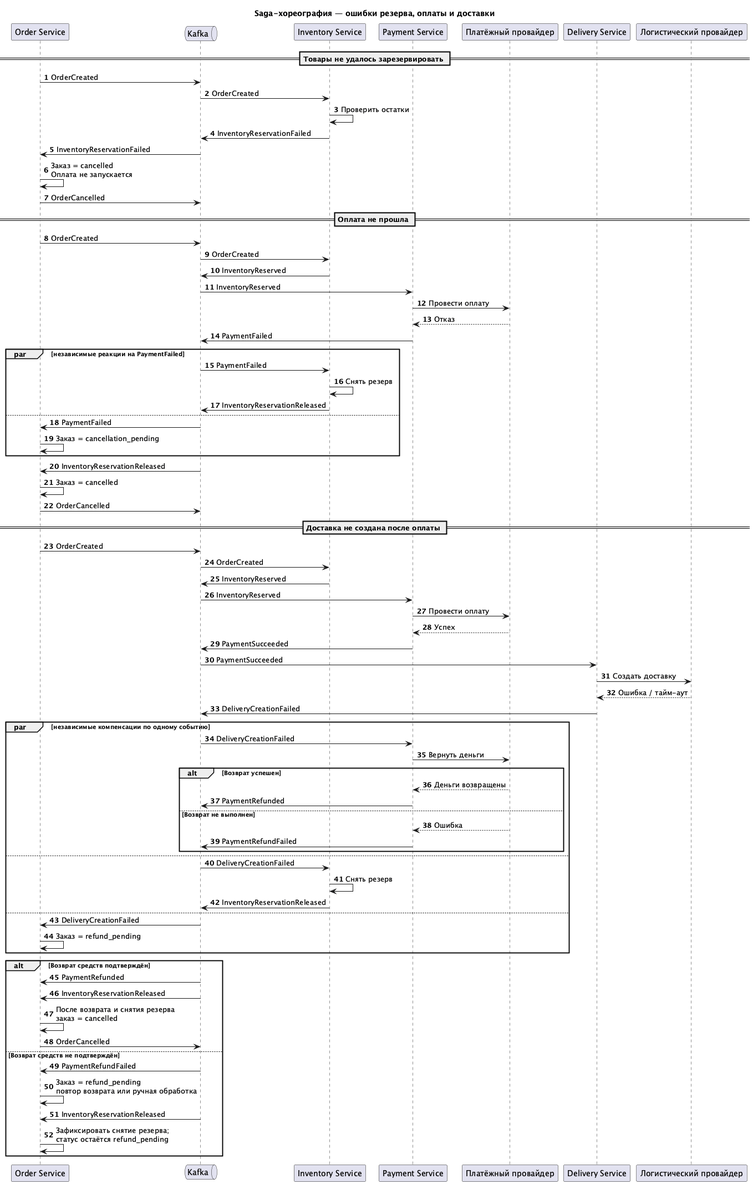
Above: Task1/saga-failures.png in FFinn/MSA-3-NovaMarket-v1 (PlantUML), before the change.
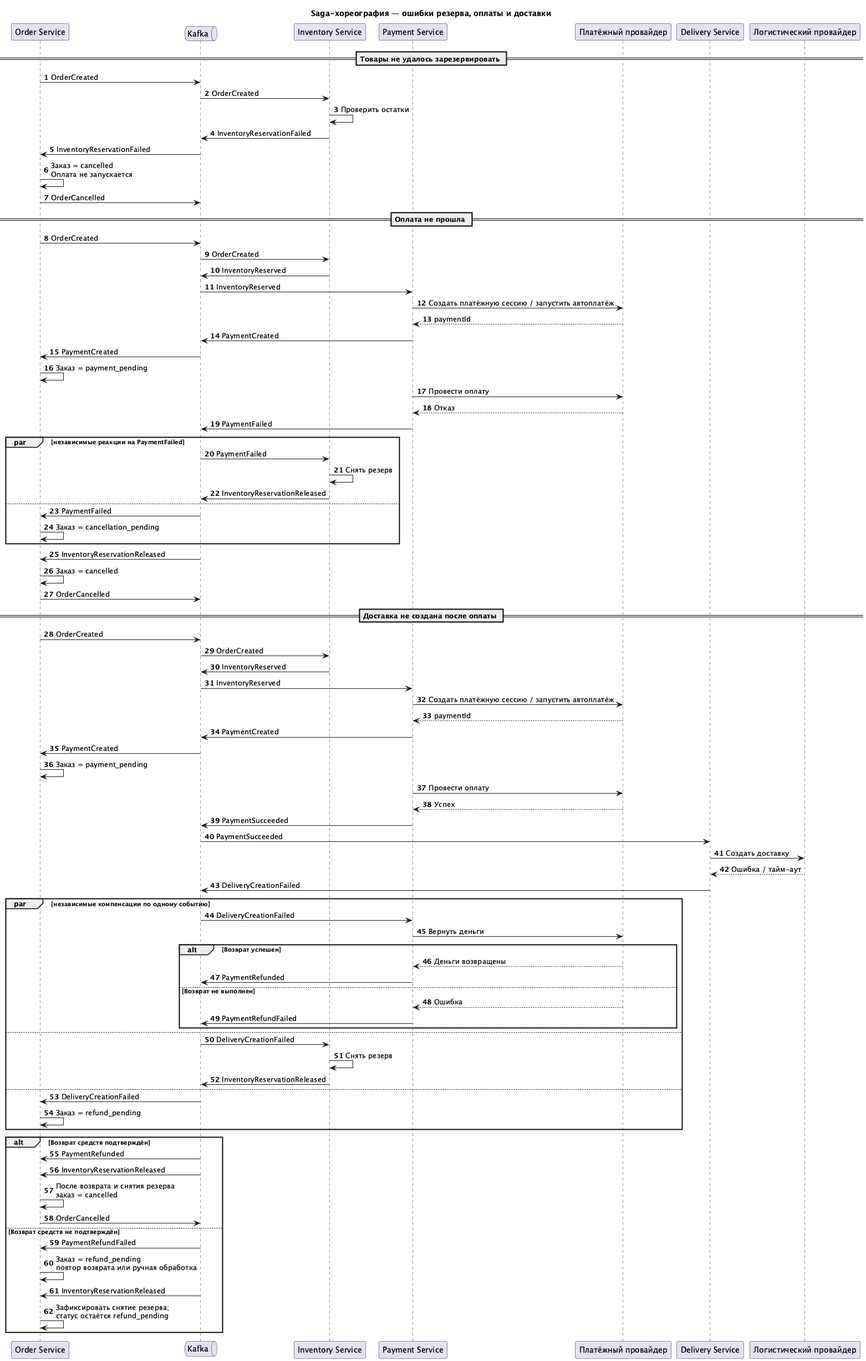
After the change.

Diff of the diagram source:
```diff
@@ -23,6 +23,11 @@
 K -> I: OrderCreated
 I -> K: InventoryReserved
 K -> P: InventoryReserved
+P -> PP: Создать платёжную сессию / запустить автоплатёж
+PP --> P: paymentId
+P -> K: PaymentCreated
+K -> O: PaymentCreated
+O -> O: Заказ = payment_pending
 P -> PP: Провести оплату
 PP --> P: Отказ
 P -> K: PaymentFailed
@@ -43,6 +48,11 @@
 K -> I: OrderCreated
 I -> K: InventoryReserved
 K -> P: InventoryReserved
+P -> PP: Создать платёжную сессию / запустить автоплатёж
+PP --> P: paymentId
+P -> K: PaymentCreated
+K -> O: PaymentCreated
+O -> O: Заказ = payment_pending
 P -> PP: Провести оплату
 PP --> P: Успех
 P -> K: PaymentSucceeded
```
